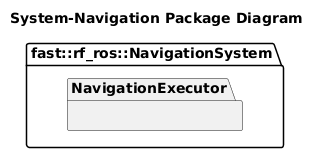
Above: Systems/Navigation/doc/puml/SystemNavigationPackageDiagram.png in fastrobotics/robot_framework_ros (PlantUML), before the change.
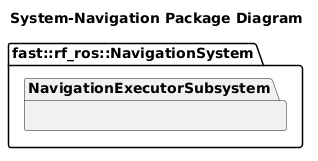
Above is the later version.

The edit, as a diff of the source:
```diff
@@ -1,7 +1,7 @@
 @startuml
 title System-Navigation Package Diagram
 namespace fast::rf_ros::NavigationSystem {
-    namespace NavigationExecutor {
+    namespace NavigationExecutorSubsystem {
 
     }
 }
```
